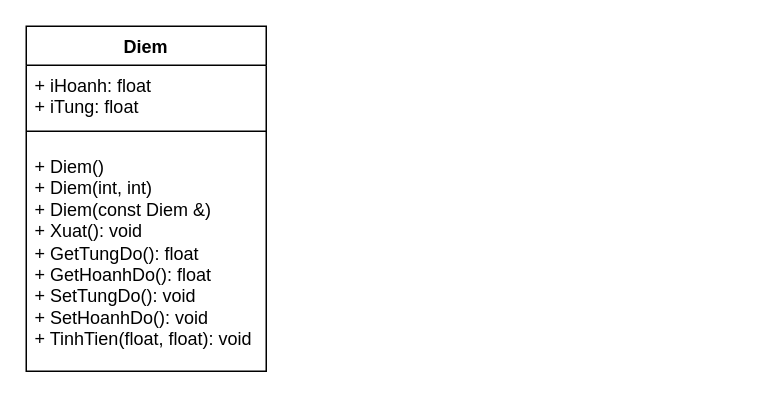
miscitaofvh/IT002-ReportLabX keeps this draw.io diagram as Lab2/Diagram.drawio. Above is the earlier version. Source tidied: cells renumbered, new cells numbered last; positions are measured from the earlier drawing's top-left corner, leaving out a move shared by most shapes. Both pictures are drawn from the tidied source at 150%, with x=0, y=0 at pixel (26, 26).
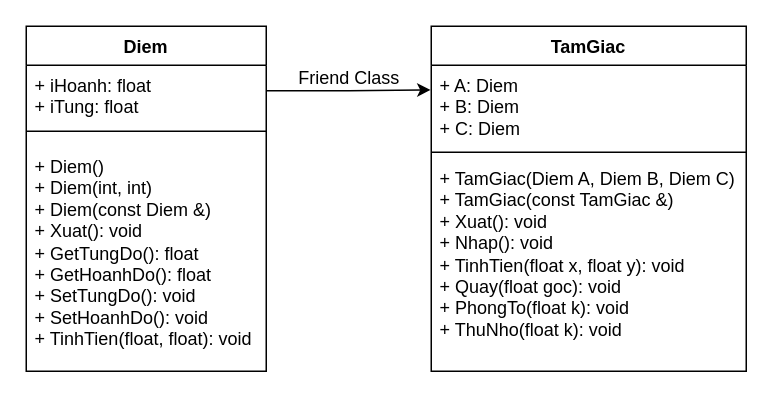
The same diagram, later.

What changed in the source:
```diff
@@
 <mxGraphModel>
   <root>
     <mxCell id="0" />
     <mxCell id="1" parent="0" />
     <mxCell id="2" value="Diem" style="swimlane;fontStyle=1;align=center;verticalAlign=top;horizontal=1;startSize=26;whiteSpace=wrap;html=1;" parent="1" vertex="1">
       <mxGeometry width="160" height="230" as="geometry" />
     </mxCell>
     <mxCell id="3" value="+ iHoanh: float&lt;div&gt;+ iTung: float&lt;/div&gt;" style="text;strokeColor=none;fillColor=none;align=left;verticalAlign=top;spacingLeft=4;spacingRight=4;overflow=hidden;points=[[0,0.5],[1,0.5]];portConstraint=eastwest;whiteSpace=wrap;html=1;" parent="2" vertex="1">
       <mxGeometry y="26" width="160" height="34" as="geometry" />
     </mxCell>
     <mxCell id="4" style="line;strokeWidth=1;fillColor=none;align=left;verticalAlign=middle;spacingTop=-1;spacingLeft=3;spacingRight=3;labelPosition=right;strokeColor=inherit;" parent="2" vertex="1">
       <mxGeometry y="60" width="160" height="20" as="geometry" />
     </mxCell>
     <mxCell id="5" value="+ Diem()&lt;div&gt;+ Diem(int, int)&lt;/div&gt;&lt;div&gt;+ Diem(const Diem &amp;amp;)&lt;/div&gt;&lt;div&gt;+ Xuat(): void&lt;/div&gt;&lt;div&gt;+ GetTungDo(): float&lt;/div&gt;&lt;div&gt;+ GetHoanhDo(): float&lt;/div&gt;&lt;div&gt;+ SetTungDo(): void&lt;/div&gt;&lt;div&gt;+ SetHoanhDo(): void&lt;/div&gt;&lt;div&gt;+ TinhTien(float, float): void&lt;/div&gt;" style="text;strokeColor=none;fillColor=none;align=left;verticalAlign=top;spacingLeft=4;spacingRight=4;overflow=hidden;whiteSpace=wrap;html=1;" parent="2" vertex="1">
       <mxGeometry y="80" width="160" height="150" as="geometry" />
     </mxCell>
+    <mxCell id="6" value="TamGiac" style="swimlane;fontStyle=1;align=center;verticalAlign=top;horizontal=1;startSize=26;whiteSpace=wrap;html=1;" parent="1" vertex="1">
+      <mxGeometry x="270" width="210" height="230" as="geometry" />
+    </mxCell>
+    <mxCell id="7" value="+ A: Diem&lt;div&gt;+ B: Diem&lt;/div&gt;&lt;div&gt;+ C: Diem&lt;/div&gt;" style="text;strokeColor=none;fillColor=none;align=left;verticalAlign=top;spacingLeft=4;spacingRight=4;overflow=hidden;points=[[0,0.5],[1,0.5]];portConstraint=eastwest;whiteSpace=wrap;html=1;" parent="6" vertex="1">
+      <mxGeometry y="26" width="210" height="54" as="geometry" />
+    </mxCell>
+    <mxCell id="8" style="line;strokeWidth=1;fillColor=none;align=left;verticalAlign=middle;spacingTop=-1;spacingLeft=3;spacingRight=3;labelPosition=right;strokeColor=inherit;" parent="6" vertex="1">
+      <mxGeometry y="80" width="210" height="8" as="geometry" />
+    </mxCell>
+    <mxCell id="9" value="+ TamGiac(Diem A, Diem B, Diem C)&lt;div&gt;+ TamGiac(const TamGiac &amp;amp;)&amp;nbsp;&lt;/div&gt;&lt;div&gt;+ Xuat(): void&amp;nbsp;&lt;/div&gt;&lt;div&gt;+ Nhap(): void&amp;nbsp;&lt;/div&gt;&lt;div&gt;+ TinhTien(float x, float y): void&amp;nbsp;&lt;/div&gt;&lt;div&gt;+ Quay(float goc): void&amp;nbsp;&lt;/div&gt;&lt;div&gt;+ PhongTo(float k): void&amp;nbsp;&lt;/div&gt;&lt;div&gt;+ ThuNho(float k): void&lt;br&gt;&lt;/div&gt;" style="text;strokeColor=none;fillColor=none;align=left;verticalAlign=top;spacingLeft=4;spacingRight=4;overflow=hidden;whiteSpace=wrap;html=1;" parent="6" vertex="1">
+      <mxGeometry y="88" width="210" height="142" as="geometry" />
+    </mxCell>
+    <mxCell id="10" style="edgeStyle=orthogonalEdgeStyle;rounded=0;jettySize=auto;html=1;exitX=1;exitY=0.5;exitDx=0;exitDy=0;entryX=-0.002;entryY=0.304;entryDx=0;entryDy=0;entryPerimeter=0;" parent="1" edge="1" source="3" target="7">
+      <mxGeometry relative="1" as="geometry" />
+    </mxCell>
+    <mxCell id="11" value="Friend Class" style="text;html=1;align=center;verticalAlign=middle;strokeColor=none;fillColor=none;" parent="1" vertex="1">
+      <mxGeometry x="170" y="20" width="90" height="30" as="geometry" />
+    </mxCell>
   </root>
 </mxGraphModel>
```
